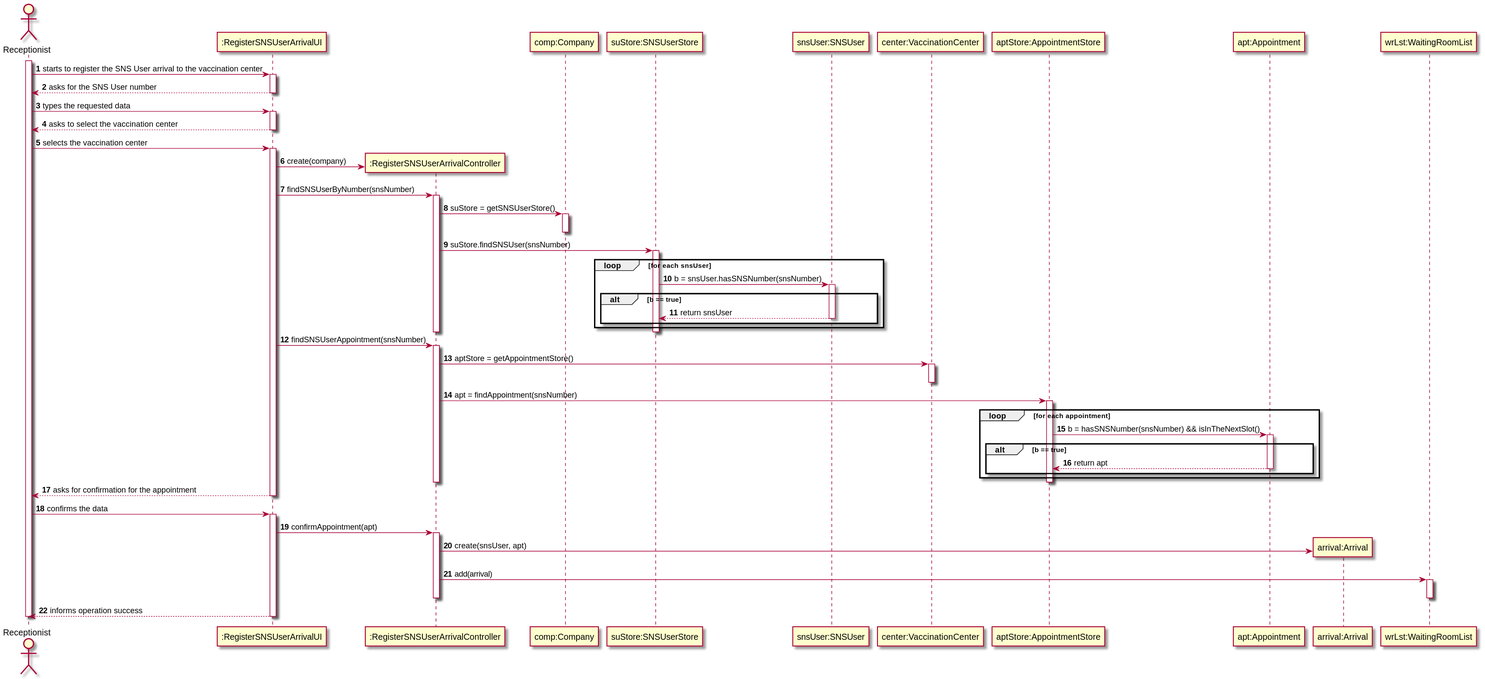
Above: docs/SprintC/US04/SD/US04_SD.svg in miseEnPlace-i/lapr2 (PlantUML), before the change.
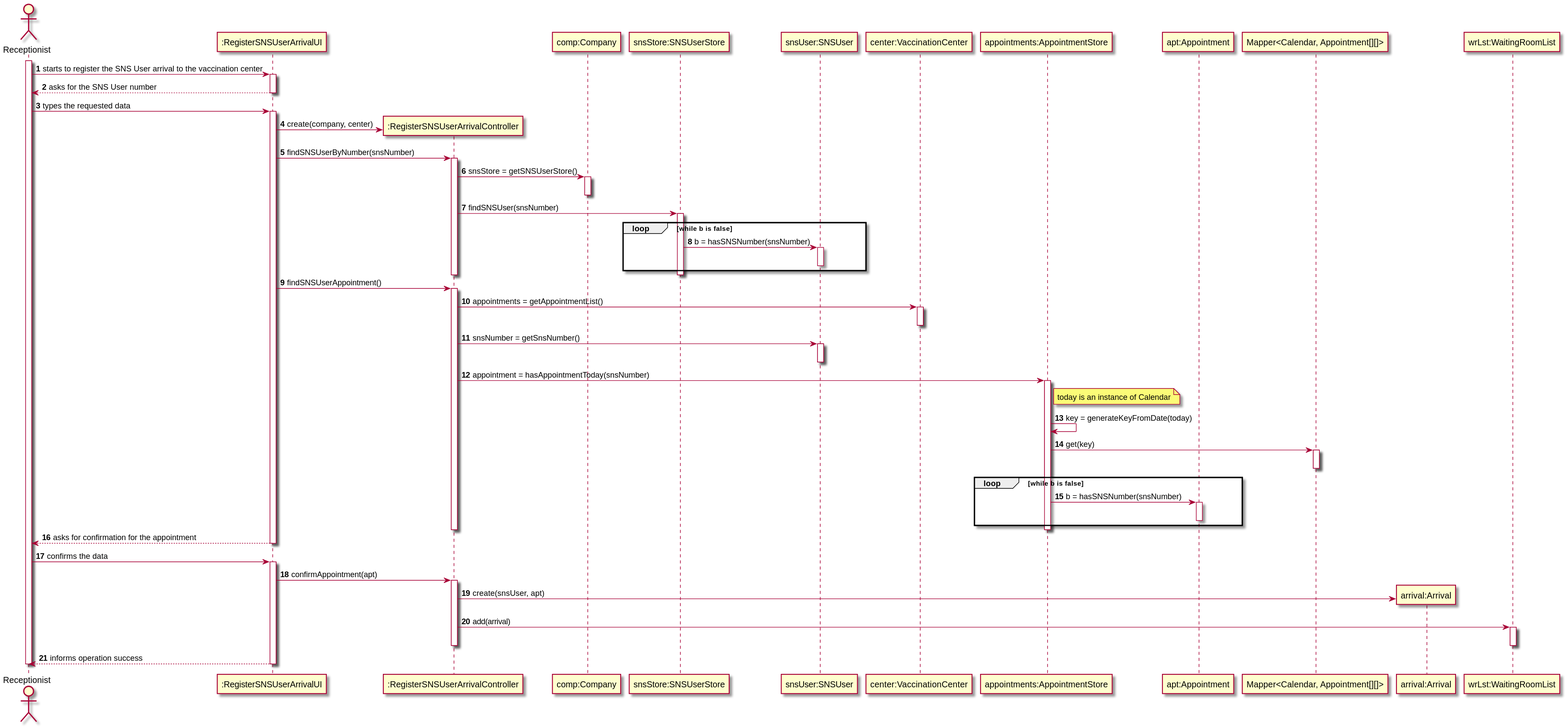
Later version of the same file.

Diff of the diagram source:
```diff
@@ -6,11 +6,12 @@
 participant ":RegisterSNSUserArrivalUI" as UI
 participant ":RegisterSNSUserArrivalController" as CTRL
 participant "comp:Company" as COMP
-participant "suStore:SNSUserStore" as SUSTORE
+participant "snsStore:SNSUserStore" as SUSTORE
 participant "snsUser:SNSUser" as SNSUSER
 participant "center:VaccinationCenter" as CENTER
-participant "aptStore:AppointmentStore" as APTSTORE
+participant "appointments:AppointmentStore" as APPTS
 participant "apt:Appointment" as APT
+participant "Mapper<Calendar, Appointment[][]>" as MAPPER
 participant "arrival:Arrival" as ARRIVAL
 participant "wrLst:WaitingRoomList" as WRLST
 
@@ -24,55 +25,56 @@
   RECEPT -> UI : types the requested data
   activate UI
 
-  RECEPT <-- UI : asks to select the vaccination center
-  deactivate UI
-
-  RECEPT -> UI : selects the vaccination center
-  activate UI
-
-    UI -> CTRL** : create(company)
+    UI -> CTRL** : create(company, center)
 
     UI -> CTRL : findSNSUserByNumber(snsNumber)
     activate CTRL
 
-      CTRL -> COMP : suStore = getSNSUserStore()
+      CTRL -> COMP : snsStore = getSNSUserStore()
       activate COMP
       deactivate COMP
 
-      CTRL -> SUSTORE : suStore.findSNSUser(snsNumber)
+      CTRL -> SUSTORE : findSNSUser(snsNumber)
       activate SUSTORE
-        loop for each snsUser
-          SUSTORE -> SNSUSER : b = snsUser.hasSNSNumber(snsNumber)
+        loop while b is false
+          SUSTORE -> SNSUSER : b = hasSNSNumber(snsNumber)
           activate SNSUSER
-          alt b == true
-            SUSTORE <-- SNSUSER : return snsUser
-            deactivate SNSUSER
-          end
+          deactivate SNSUSER
         end
       deactivate SUSTORE
 
     deactivate CTRL
 
-    UI -> CTRL : findSNSUserAppointment(snsNumber)
+    UI -> CTRL : findSNSUserAppointment()
     activate CTRL
 
-      CTRL -> CENTER : aptStore = getAppointmentStore()
+      CTRL -> CENTER : appointments = getAppointmentList()
       activate CENTER
       deactivate CENTER
 
-      CTRL -> APTSTORE : apt = findAppointment(snsNumber)
-      activate APTSTORE
+      CTRL -> SNSUSER : snsNumber = getSnsNumber()
+      activate SNSUSER
+      deactivate SNSUSER
 
-        loop for each appointment
-          APTSTORE -> APT : b = hasSNSNumber(snsNumber) && isInTheNextSlot()
+      CTRL -> APPTS : appointment = hasAppointmentToday(snsNumber)
+      activate APPTS
+
+        note right of APPTS
+          today is an instance of Calendar
+        end note
+        APPTS -> APPTS : key = generateKeyFromDate(today)
+
+        APPTS -> MAPPER : get(key)
+        activate MAPPER
+        deactivate MAPPER
+
+        loop while b is false
+          APPTS -> APT : b = hasSNSNumber(snsNumber)
           activate APT
-          alt b == true
-            APTSTORE <-- APT : return apt
-            deactivate APT
-          end
+          deactivate APT
         end
 
-      deactivate APTSTORE
+      deactivate APPTS
 
     deactivate CTRL
 
```
